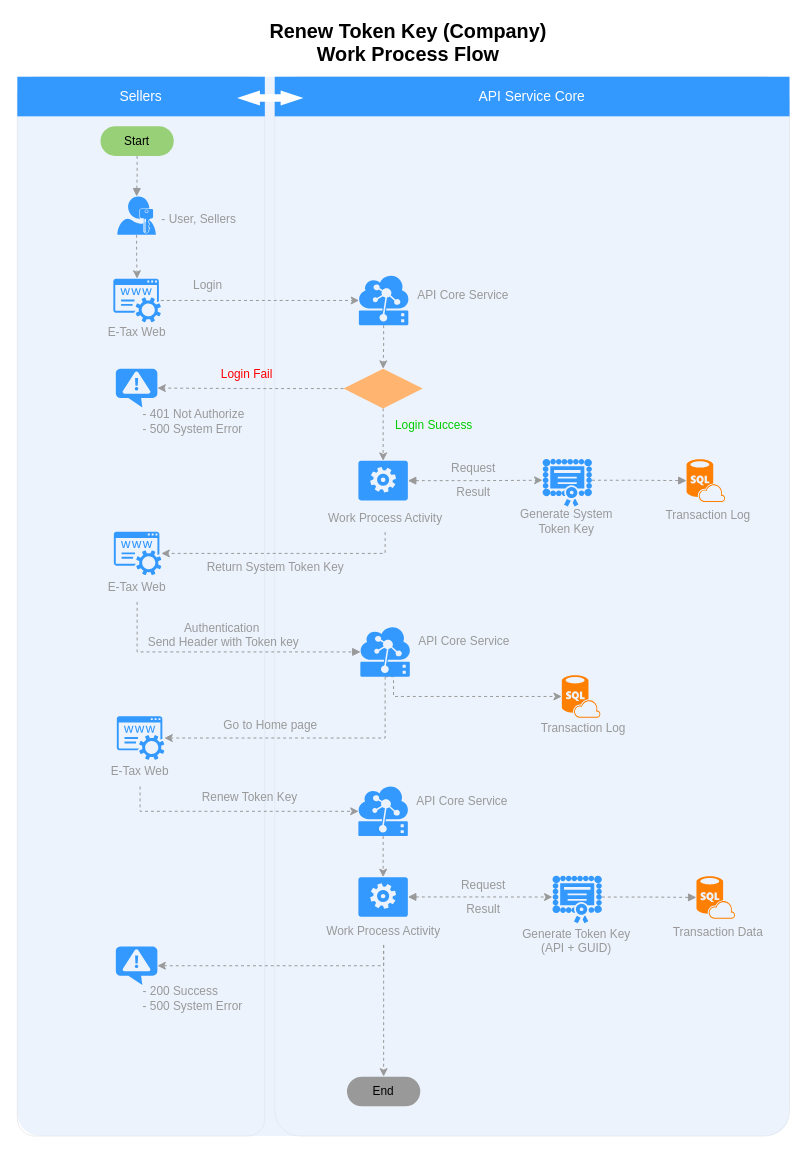
nirawat/eTax keeps this draw.io diagram as Register Renew Token-Key.drawio. Above is the earlier version. Source tidied: cells renumbered, new cells numbered last; positions are measured from the earlier drawing's top-left corner, leaving out a move shared by most shapes. Both pictures are drawn from the tidied source at 99%, with x=0, y=0 at pixel (17, 17).
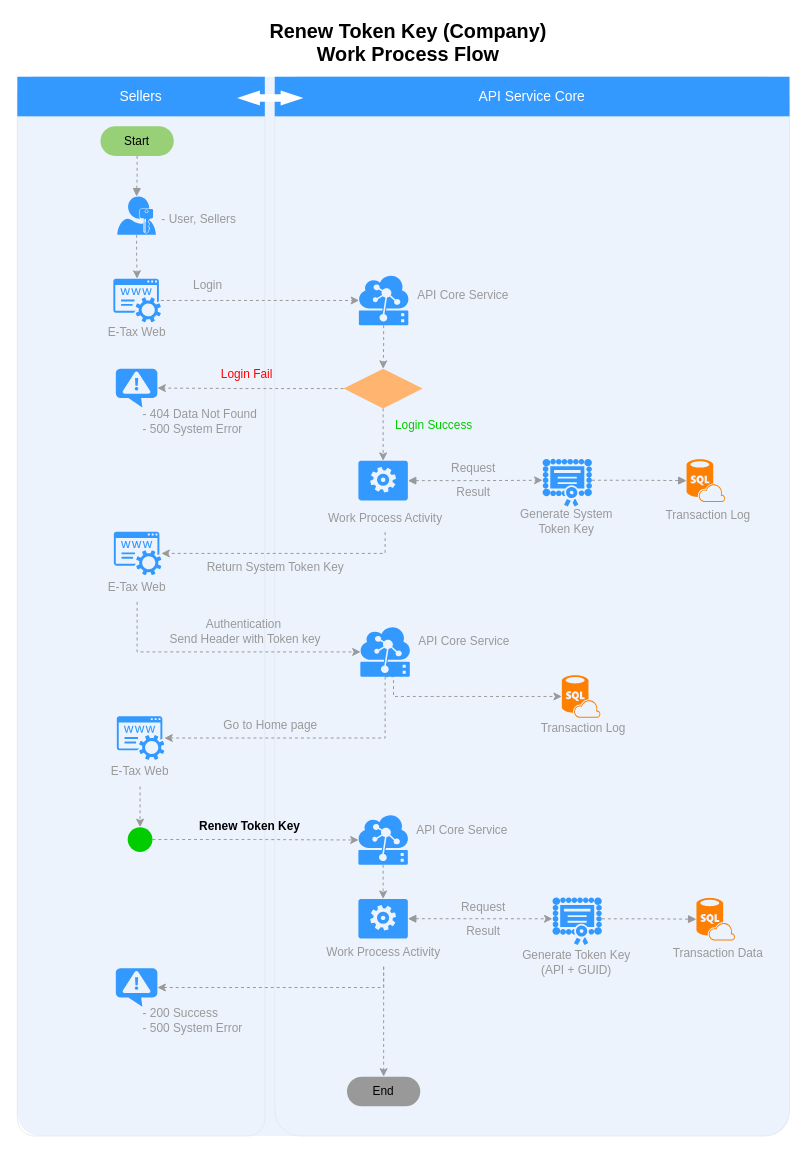
The same diagram, later.

The change refers to these unchanged cells:
```xml
<mxCell id="10" style="shadow=0;dashed=0;html=1;strokeColor=none;labelPosition=center;verticalLabelPosition=bottom;verticalAlign=top;align=center;shape=mxgraph.mscae.cloud.iot_edge;fillColor=#3399FF;fontSize=12;fontColor=#999999;" parent="1" vertex="1">
  <mxGeometry x="346.5" y="616" width="50" height="50" as="geometry" />
</mxCell>
<mxCell id="39" value="E-Tax Web" style="text;html=1;strokeColor=none;fillColor=none;align=center;verticalAlign=middle;whiteSpace=wrap;rounded=0;fontSize=12;fontColor=#999999;" parent="37" vertex="1">
  <mxGeometry y="41" width="110" height="30" as="geometry" />
</mxCell>
<mxCell id="63" value="E-Tax Web" style="text;html=1;strokeColor=none;fillColor=none;align=center;verticalAlign=middle;whiteSpace=wrap;rounded=0;fontSize=12;fontColor=#999999;" parent="61" vertex="1">
  <mxGeometry y="41" width="110" height="30" as="geometry" />
</mxCell>
```

The edit, as a diff of the source:
```diff
@@
-    <mxCell id="41" style="edgeStyle=orthogonalEdgeStyle;rounded=0;jettySize=auto;html=1;exitX=0.5;exitY=1;exitDx=0;exitDy=0;entryX=0.005;entryY=0.5;entryDx=0;entryDy=0;dashed=1;startArrow=none;startFill=0;endArrow=block;endFill=1;strokeColor=#999999;entryPerimeter=0;" parent="1" edge="1" source="39" target="10">
-      <mxGeometry relative="1" as="geometry" />
-    </mxCell>
@@
     <mxCell id="43" value="Authentication&amp;nbsp;&lt;br&gt;Send Header with Token key&lt;br&gt;" style="text;html=1;strokeColor=none;fillColor=none;align=center;verticalAlign=middle;whiteSpace=wrap;rounded=0;fontSize=12;fontColor=#999999;" parent="1" vertex="1">
-      <mxGeometry x="127" y="607" width="163" height="34" as="geometry" />
+      <mxGeometry x="148.5" y="602.5" width="163" height="34" as="geometry" />
     </mxCell>
@@
-    <mxCell id="52" value="- 401 Not Authorize&lt;br&gt;- 500 System Error&lt;br&gt;" style="text;html=1;strokeColor=none;fillColor=none;align=left;verticalAlign=middle;whiteSpace=wrap;rounded=0;fontSize=12;fontColor=#999999;" parent="1" vertex="1">
+    <mxCell id="52" value="- 404 Data Not Found&lt;br&gt;- 500 System Error&lt;br&gt;" style="text;html=1;strokeColor=none;fillColor=none;align=left;verticalAlign=middle;whiteSpace=wrap;rounded=0;fontSize=12;fontColor=#999999;" parent="1" vertex="1">
       <mxGeometry x="125" y="390" width="143" height="35" as="geometry" />
     </mxCell>
@@
     <mxCell id="55" style="group;" parent="1" vertex="1">
-      <mxGeometry x="291.5" y="868.5" width="160" height="72" as="geometry" />
+      <mxGeometry x="291.5" y="890.5" width="160" height="72" as="geometry" />
     </mxCell>
@@
     <mxCell id="67" style="shadow=0;dashed=0;html=1;strokeColor=none;labelPosition=center;verticalLabelPosition=bottom;verticalAlign=top;align=center;shape=mxgraph.mscae.cloud.iot_edge;fillColor=#3399FF;fontSize=12;fontColor=#999999;" parent="1" vertex="1">
-      <mxGeometry x="344.5" y="777" width="50" height="50" as="geometry" />
+      <mxGeometry x="344.5" y="806" width="50" height="50" as="geometry" />
     </mxCell>
     <mxCell id="68" value="API Core Service" style="text;html=1;strokeColor=none;fillColor=none;align=center;verticalAlign=middle;whiteSpace=wrap;rounded=0;fontSize=12;fontColor=#999999;" parent="1" vertex="1">
-      <mxGeometry x="399" y="777.5" width="101" height="29" as="geometry" />
+      <mxGeometry x="399" y="806.5" width="101" height="29" as="geometry" />
     </mxCell>
     <mxCell id="69" style="group;" parent="1" vertex="1">
-      <mxGeometry x="510" y="941" width="108" height="79" as="geometry" />
+      <mxGeometry x="510" y="963" width="108" height="79" as="geometry" />
     </mxCell>
-    <mxCell id="70" style="edgeStyle=orthogonalEdgeStyle;rounded=0;jettySize=auto;html=1;exitX=0.5;exitY=1;exitDx=0;exitDy=0;entryX=0.005;entryY=0.5;entryDx=0;entryDy=0;entryPerimeter=0;dashed=1;strokeColor=#999999;fontColor=#00CC00;" parent="1" edge="1" source="63" target="67">
+    <mxCell id="70" style="edgeStyle=orthogonalEdgeStyle;rounded=0;jettySize=auto;html=1;exitX=1;exitY=0.5;exitDx=0;exitDy=0;entryX=0.005;entryY=0.5;entryDx=0;entryDy=0;entryPerimeter=0;dashed=1;strokeColor=#999999;fontColor=#00CC00;" parent="1" edge="1" source="86" target="67">
       <mxGeometry relative="1" as="geometry" />
     </mxCell>
-    <mxCell id="71" value="Renew Token Key&lt;br&gt;" style="text;html=1;strokeColor=none;fillColor=none;align=center;verticalAlign=middle;whiteSpace=wrap;rounded=0;fontSize=12;fontColor=#999999;" parent="1" vertex="1">
-      <mxGeometry x="150.5" y="780" width="168" height="16" as="geometry" />
+    <mxCell id="71" value="Renew Token Key&lt;br&gt;" style="text;html=1;strokeColor=none;fillColor=none;align=center;verticalAlign=middle;whiteSpace=wrap;rounded=0;fontSize=12;fontColor=#000000;fontStyle=1;" parent="1" vertex="1">
+      <mxGeometry x="150.5" y="809" width="168" height="16" as="geometry" />
     </mxCell>
@@
     <mxCell id="74" value="Work Process Activity&lt;br&gt;" style="text;html=1;strokeColor=none;fillColor=none;align=center;verticalAlign=middle;whiteSpace=wrap;rounded=0;fontSize=12;fontColor=#999999;" parent="1" vertex="1">
-      <mxGeometry x="290" y="908" width="160" height="29" as="geometry" />
+      <mxGeometry x="290" y="930" width="160" height="29" as="geometry" />
     </mxCell>
     <mxCell id="75" value="Transaction Data" style="text;html=1;strokeColor=none;fillColor=none;align=center;verticalAlign=middle;whiteSpace=wrap;rounded=0;fontSize=12;fontColor=#999999;" parent="1" vertex="1">
-      <mxGeometry x="654" y="909.5" width="108" height="29" as="geometry" />
+      <mxGeometry x="654" y="931.5" width="108" height="29" as="geometry" />
     </mxCell>
     <mxCell id="76" style="verticalLabelPosition=bottom;html=1;verticalAlign=top;align=center;strokeColor=none;fillColor=#FF8000;shape=mxgraph.azure.sql_database_sql_azure;fontSize=12;fontColor=#999999;" parent="1" vertex="1">
-      <mxGeometry x="686" y="867.5" width="39" height="43" as="geometry" />
+      <mxGeometry x="686" y="889.5" width="39" height="43" as="geometry" />
     </mxCell>
     <mxCell id="77" value="Generate Token Key&lt;br&gt;(API + GUID)&lt;br&gt;" style="text;html=1;strokeColor=none;fillColor=none;align=center;verticalAlign=middle;whiteSpace=wrap;rounded=0;fontSize=12;fontColor=#999999;" parent="1" vertex="1">
-      <mxGeometry x="508" y="915" width="114" height="36" as="geometry" />
+      <mxGeometry x="508" y="937" width="114" height="36" as="geometry" />
     </mxCell>
     <mxCell id="78" style="shadow=0;dashed=0;html=1;strokeColor=none;labelPosition=center;verticalLabelPosition=bottom;verticalAlign=top;align=center;shape=mxgraph.mscae.intune.inventory_license;fillColor=#3399FF;fontSize=14;" parent="1" vertex="1">
-      <mxGeometry x="540.5" y="867" width="50" height="48" as="geometry" />
+      <mxGeometry x="540.5" y="889" width="50" height="48" as="geometry" />
     </mxCell>
@@
     <mxCell id="80" value="Request" style="text;html=1;strokeColor=none;fillColor=none;align=center;verticalAlign=middle;whiteSpace=wrap;rounded=0;fontSize=12;fontColor=#999999;" parent="1" vertex="1">
-      <mxGeometry x="441" y="867" width="60" height="20" as="geometry" />
+      <mxGeometry x="441" y="889" width="60" height="20" as="geometry" />
     </mxCell>
     <mxCell id="81" value="Result" style="text;html=1;strokeColor=none;fillColor=none;align=center;verticalAlign=middle;whiteSpace=wrap;rounded=0;fontSize=12;fontColor=#999999;" parent="1" vertex="1">
-      <mxGeometry x="441" y="891" width="60" height="20" as="geometry" />
+      <mxGeometry x="441" y="913" width="60" height="20" as="geometry" />
     </mxCell>
@@
     <mxCell id="83" style="verticalLabelPosition=bottom;html=1;verticalAlign=top;align=center;strokeColor=none;fillColor=#3399FF;shape=mxgraph.azure.notification_topic;fontSize=12;fontColor=#999999;" parent="1" vertex="1">
-      <mxGeometry x="99.5" y="938.5" width="42" height="39" as="geometry" />
+      <mxGeometry x="99.5" y="960.5" width="42" height="39" as="geometry" />
     </mxCell>
     <mxCell id="84" value="- 200 Success&lt;br&gt;- 500 System Error&lt;br&gt;" style="text;html=1;strokeColor=none;fillColor=none;align=left;verticalAlign=middle;whiteSpace=wrap;rounded=0;fontSize=12;fontColor=#999999;" parent="1" vertex="1">
-      <mxGeometry x="125" y="973.5" width="143" height="35" as="geometry" />
+      <mxGeometry x="125" y="995.5" width="143" height="35" as="geometry" />
     </mxCell>
@@
+    <mxCell id="86" style="ellipse;whiteSpace=wrap;html=1;fillColor=#00CC00;fontColor=#000000;align=center;strokeColor=none;" parent="1" vertex="1">
+      <mxGeometry x="111.5" y="818" width="25" height="25" as="geometry" />
+    </mxCell>
+    <mxCell id="41" style="edgeStyle=orthogonalEdgeStyle;rounded=0;jettySize=auto;html=1;exitX=0.5;exitY=1;exitDx=0;exitDy=0;entryX=0.005;entryY=0.5;entryDx=0;entryDy=0;entryPerimeter=0;dashed=1;strokeColor=#999999;fontColor=#000000;" parent="1" edge="1" source="39" target="10">
+      <mxGeometry relative="1" as="geometry" />
+    </mxCell>
+    <mxCell id="87" style="edgeStyle=orthogonalEdgeStyle;rounded=0;jettySize=auto;html=1;entryX=0.5;entryY=0;entryDx=0;entryDy=0;dashed=1;strokeColor=#999999;fontColor=#000000;exitX=0.5;exitY=1;exitDx=0;exitDy=0;" parent="1" edge="1" source="63" target="86">
+      <mxGeometry relative="1" as="geometry" />
+    </mxCell>
```
